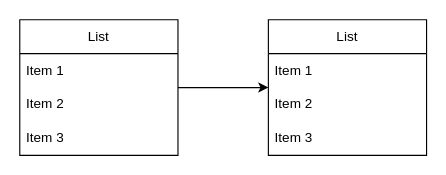
The draw.io diagram diagrama_entidad_relacion.drawio in DanielTellezH/evaluaciones_proyectos, before the edit. Source tidied: cells renumbered, new cells numbered last; positions are measured from the earlier drawing's top-left corner, leaving out a move shared by most shapes. Both pictures are drawn from the tidied source at 113%, with x=0, y=0 at pixel (19, 19).
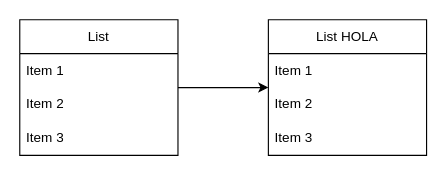
The same page after the edit.

Commit message:
Se actualizó el diagrama de flujo

Change to the diagram source:
```diff
@@
 <mxGraphModel>
   <root>
     <mxCell id="0" />
     <mxCell id="1" parent="0" />
     <mxCell id="2" style="edgeStyle=none;html=1;" parent="1" edge="1" source="3" target="7">
       <mxGeometry relative="1" as="geometry" />
     </mxCell>
     <mxCell id="3" value="List" style="swimlane;fontStyle=0;horizontal=1;startSize=30;whiteSpace=wrap;html=1;" parent="1" vertex="1">
       <mxGeometry width="140" height="120" as="geometry" />
     </mxCell>
     <mxCell id="4" value="Item 1" style="text;strokeColor=none;fillColor=none;align=left;verticalAlign=middle;spacingLeft=4;spacingRight=4;overflow=hidden;whiteSpace=wrap;html=1;" parent="3" vertex="1">
       <mxGeometry y="30" width="140" height="30" as="geometry" />
     </mxCell>
     <mxCell id="5" value="Item 2" style="text;strokeColor=none;fillColor=none;align=left;verticalAlign=middle;spacingLeft=4;spacingRight=4;overflow=hidden;whiteSpace=wrap;html=1;" parent="3" vertex="1">
       <mxGeometry y="60" width="140" height="30" as="geometry" />
     </mxCell>
     <mxCell id="6" value="Item 3" style="text;strokeColor=none;fillColor=none;align=left;verticalAlign=middle;spacingLeft=4;spacingRight=4;overflow=hidden;whiteSpace=wrap;html=1;" parent="3" vertex="1">
       <mxGeometry y="90" width="140" height="30" as="geometry" />
     </mxCell>
-    <mxCell id="7" value="List" style="swimlane;fontStyle=0;horizontal=1;startSize=30;whiteSpace=wrap;html=1;" parent="1" vertex="1">
+    <mxCell id="7" value="List HOLA" style="swimlane;fontStyle=0;horizontal=1;startSize=30;whiteSpace=wrap;html=1;" parent="1" vertex="1">
       <mxGeometry x="220" width="140" height="120" as="geometry" />
     </mxCell>
     <mxCell id="8" value="Item 1" style="text;strokeColor=none;fillColor=none;align=left;verticalAlign=middle;spacingLeft=4;spacingRight=4;overflow=hidden;whiteSpace=wrap;html=1;" parent="7" vertex="1">
       <mxGeometry y="30" width="140" height="30" as="geometry" />
     </mxCell>
     <mxCell id="9" value="Item 2" style="text;strokeColor=none;fillColor=none;align=left;verticalAlign=middle;spacingLeft=4;spacingRight=4;overflow=hidden;whiteSpace=wrap;html=1;" parent="7" vertex="1">
       <mxGeometry y="60" width="140" height="30" as="geometry" />
     </mxCell>
     <mxCell id="10" value="Item 3" style="text;strokeColor=none;fillColor=none;align=left;verticalAlign=middle;spacingLeft=4;spacingRight=4;overflow=hidden;whiteSpace=wrap;html=1;" parent="7" vertex="1">
       <mxGeometry y="90" width="140" height="30" as="geometry" />
     </mxCell>
   </root>
 </mxGraphModel>
```
